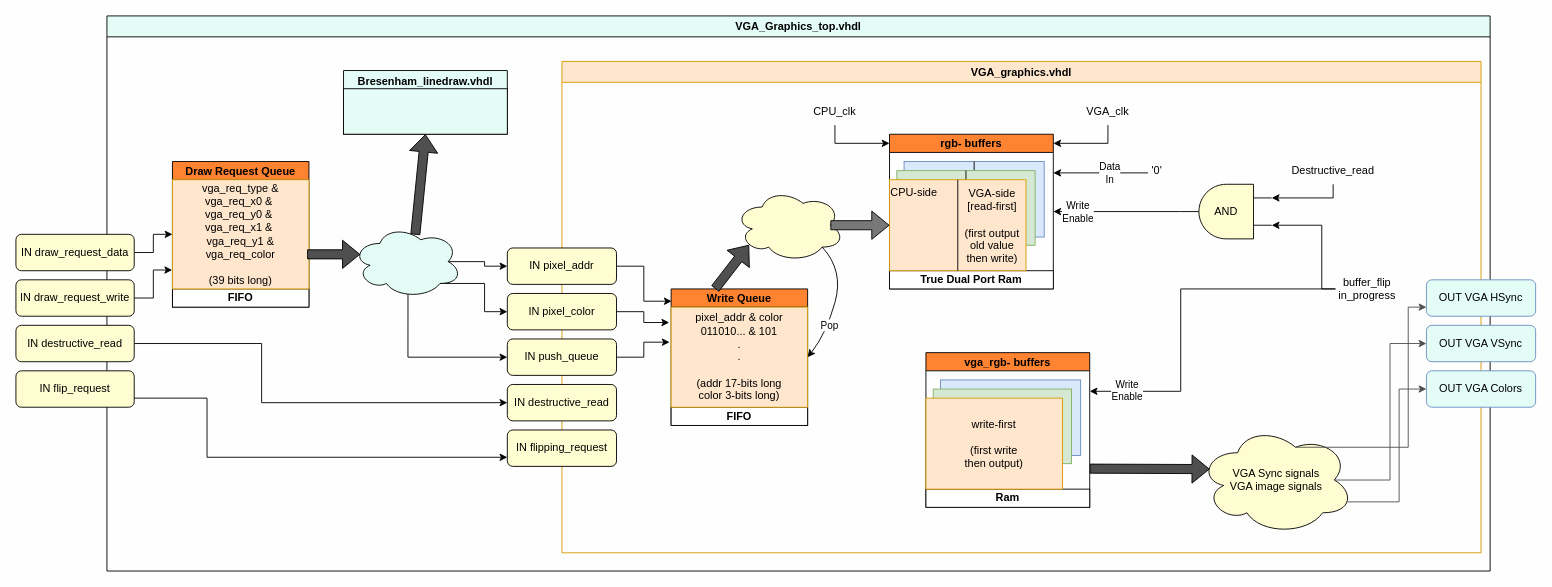
Earlier version of the draw.io diagram fgpa_vga.drawio (im-henri/helloworld). Source tidied: cells renumbered, new cells numbered last; positions are measured from the earlier drawing's top-left corner, leaving out a move shared by most shapes. Both pictures are drawn from the tidied source at 91%, with x=0, y=0 at pixel (15, 15).
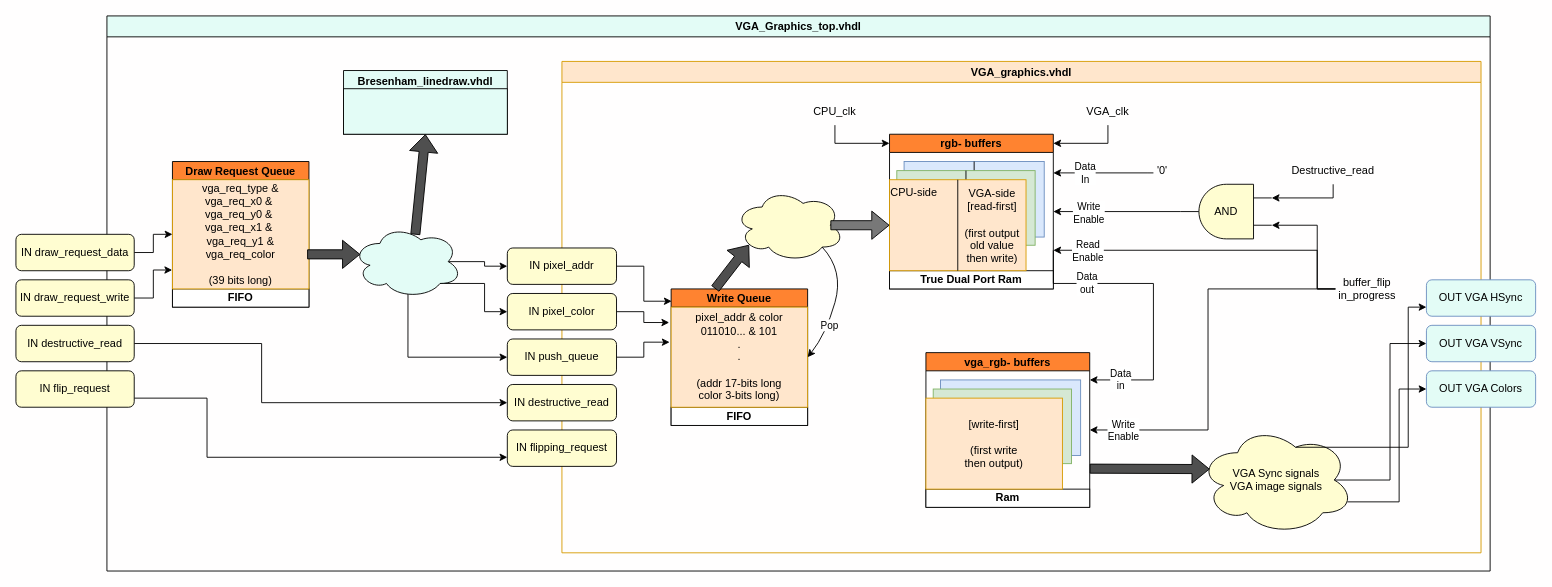
The same diagram, later.

The change refers to these unchanged cells:
```xml
<mxCell id="2" value="VGA_Graphics_top.vhdl" style="swimlane;labelBackgroundColor=none;fillColor=#E3FCF6;gradientColor=none;startSize=23;" parent="1" vertex="1">
  <mxGeometry x="100" width="1520" height="610" as="geometry" />
</mxCell>
<mxCell id="3" value="VGA_graphics.vhdl" style="swimlane;labelBackgroundColor=none;fillColor=#ffe6cc;strokeColor=#d79b00;" parent="2" vertex="1">
  <mxGeometry x="500" y="50" width="1010" height="540" as="geometry" />
</mxCell>
<mxCell id="4" value="rgb- buffers" style="swimlane;labelBackgroundColor=none;fillColor=#FF8330;gradientColor=none;startSize=20;" parent="3" vertex="1">
  <mxGeometry x="360" y="80" width="180" height="170" as="geometry" />
</mxCell>
<mxCell id="14" value="vga_rgb- buffers" style="swimlane;labelBackgroundColor=none;fillColor=#FF8330;gradientColor=none;startSize=20;" parent="3" vertex="1">
  <mxGeometry x="400" y="320" width="180" height="170" as="geometry" />
</mxCell>
<mxCell id="19" value="VGA Sync signals&lt;br&gt;VGA image signals" style="ellipse;shape=cloud;whiteSpace=wrap;html=1;labelBackgroundColor=none;fillColor=#FFFDD1;gradientColor=none;" parent="3" vertex="1">
  <mxGeometry x="700" y="400" width="170" height="120" as="geometry" />
</mxCell>
<mxCell id="21" style="edgeStyle=orthogonalEdgeStyle;rounded=0;jettySize=auto;html=1;entryX=1;entryY=0.25;entryDx=0;entryDy=0;" parent="3" edge="1" source="23" target="4">
  <mxGeometry relative="1" as="geometry">
    <Array as="points">
      <mxPoint x="644" y="123" />
    </Array>
  </mxGeometry>
</mxCell>
<mxCell id="24" style="endArrow=classic;html=1;rounded=0;entryX=1;entryY=0.5;entryDx=0;entryDy=0;exitX=1;exitY=0.5;exitDx=0;exitDy=0;exitPerimeter=0;" parent="3" edge="1" source="42" target="4">
  <mxGeometry relative="1" as="geometry" />
</mxCell>
<mxCell id="29" value="buffer_flip&lt;br&gt;in_progress" style="text;html=1;strokeColor=none;fillColor=none;align=center;verticalAlign=middle;whiteSpace=wrap;rounded=0;labelBackgroundColor=none;" parent="3" vertex="1">
  <mxGeometry x="850" y="230" width="70" height="40" as="geometry" />
</mxCell>
<mxCell id="42" style="verticalLabelPosition=bottom;shadow=0;dashed=0;align=center;html=1;verticalAlign=top;shape=mxgraph.electrical.logic_gates.logic_gate;operation=and;labelBackgroundColor=none;fillColor=#FFFDD1;gradientColor=none;rotation=-180;" parent="3" vertex="1">
  <mxGeometry x="680" y="135" width="100" height="60" as="geometry" />
</mxCell>
<mxCell id="54" value="OUT VGA Colors" style="rounded=1;whiteSpace=wrap;html=1;labelBackgroundColor=none;fillColor=#E3FCF6;strokeColor=#6c8ebf;" parent="2" vertex="1">
  <mxGeometry x="1450" y="390" width="120" height="40" as="geometry" />
</mxCell>
<mxCell id="55" value="OUT VGA HSync" style="rounded=1;whiteSpace=wrap;html=1;labelBackgroundColor=none;fillColor=#E3FCF6;strokeColor=#6c8ebf;" parent="2" vertex="1">
  <mxGeometry x="1450" y="290" width="120" height="40" as="geometry" />
</mxCell>
<mxCell id="56" value="OUT VGA VSync" style="rounded=1;whiteSpace=wrap;html=1;labelBackgroundColor=none;fillColor=#E3FCF6;strokeColor=#6c8ebf;" parent="2" vertex="1">
  <mxGeometry x="1450" y="340" width="120" height="40" as="geometry" />
</mxCell>
```

Change to the diagram source:
```diff
@@
-    <mxCell id="18" value="write-first&lt;br&gt;&lt;br&gt;(first write&lt;br&gt;then output)" style="rounded=0;whiteSpace=wrap;html=1;labelBackgroundColor=none;fillColor=#ffe6cc;strokeColor=#d79b00;" parent="14" vertex="1">
+    <mxCell id="18" value="[write-first]&lt;br&gt;&lt;br&gt;(first write&lt;br&gt;then output)" style="rounded=0;whiteSpace=wrap;html=1;labelBackgroundColor=none;fillColor=#ffe6cc;strokeColor=#d79b00;" parent="14" vertex="1">
       <mxGeometry y="50" width="150" height="100" as="geometry" />
     </mxCell>
@@
     <mxCell id="22" value="Data&lt;br&gt;In" style="edgeLabel;html=1;align=center;verticalAlign=middle;" parent="21" vertex="1">
-      <mxGeometry x="-0.17" relative="1" as="geometry" />
+      <mxGeometry x="-0.17" relative="1" as="geometry">
+        <mxPoint x="-30" as="offset" />
+      </mxGeometry>
     </mxCell>
     <mxCell id="23" value="'0'" style="text;html=1;strokeColor=none;fillColor=none;align=center;verticalAlign=middle;whiteSpace=wrap;rounded=0;labelBackgroundColor=none;" parent="3" vertex="1">
-      <mxGeometry x="644" y="110" width="20" height="20" as="geometry" />
+      <mxGeometry x="650" y="110" width="20" height="20" as="geometry" />
     </mxCell>
@@
     <mxCell id="25" value="Write&lt;br&gt;Enable" style="edgeLabel;html=1;align=center;verticalAlign=middle;" parent="24" vertex="1">
       <mxGeometry x="-0.38" y="2" relative="1" as="geometry">
-        <mxPoint x="-71" y="-2" as="offset" />
+        <mxPoint x="-59" y="-1" as="offset" />
       </mxGeometry>
     </mxCell>
@@
     <mxCell id="28" style="edgeStyle=orthogonalEdgeStyle;rounded=0;jettySize=auto;html=1;entryX=0;entryY=0.25;entryDx=0;entryDy=0;entryPerimeter=0;" parent="3" edge="1" source="29" target="42">
       <mxGeometry relative="1" as="geometry">
         <Array as="points">
-          <mxPoint x="835" y="180" />
+          <mxPoint x="830" y="250" />
+          <mxPoint x="830" y="180" />
         </Array>
       </mxGeometry>
     </mxCell>
+    <mxCell id="79" style="edgeStyle=orthogonalEdgeStyle;rounded=0;jettySize=auto;html=1;entryX=1;entryY=0.75;entryDx=0;entryDy=0;strokeColor=#000000;" parent="3" edge="1" source="29" target="4">
+      <mxGeometry relative="1" as="geometry">
+        <Array as="points">
+          <mxPoint x="830" y="250" />
+          <mxPoint x="830" y="207" />
+        </Array>
+      </mxGeometry>
+    </mxCell>
+    <mxCell id="80" value="Read&lt;br&gt;Enable" style="edgeLabel;html=1;align=center;verticalAlign=middle;" parent="79" vertex="1">
+      <mxGeometry x="0.74" y="2" relative="1" as="geometry">
+        <mxPoint x="-8" y="-1" as="offset" />
+      </mxGeometry>
+    </mxCell>
@@
-    <mxCell id="30" style="edgeStyle=orthogonalEdgeStyle;rounded=0;jettySize=auto;html=1;entryX=1;entryY=0.25;entryDx=0;entryDy=0;" parent="3" edge="1" source="29" target="14">
+    <mxCell id="30" style="edgeStyle=orthogonalEdgeStyle;rounded=0;jettySize=auto;html=1;entryX=1;entryY=0.5;entryDx=0;entryDy=0;" parent="3" edge="1" source="29" target="14">
       <mxGeometry relative="1" as="geometry">
         <Array as="points">
-          <mxPoint x="680" y="250" />
-          <mxPoint x="680" y="363" />
+          <mxPoint x="710" y="250" />
+          <mxPoint x="710" y="405" />
         </Array>
       </mxGeometry>
     </mxCell>
     <mxCell id="31" value="Write&lt;br&gt;Enable" style="edgeLabel;html=1;align=center;verticalAlign=middle;" parent="30" vertex="1">
       <mxGeometry x="0.4" relative="1" as="geometry">
-        <mxPoint x="-60" y="13" as="offset" />
+        <mxPoint x="-91" as="offset" />
       </mxGeometry>
     </mxCell>
@@
-    <mxCell id="57" style="edgeStyle=orthogonalEdgeStyle;rounded=0;jettySize=auto;html=1;exitX=0.625;exitY=0.2;exitDx=0;exitDy=0;exitPerimeter=0;entryX=0;entryY=0.75;entryDx=0;entryDy=0;strokeColor=#4F4F4F;fillColor=#4F4F4F;" parent="2" edge="1" source="19" target="55">
+    <mxCell id="57" style="edgeStyle=orthogonalEdgeStyle;rounded=0;jettySize=auto;html=1;exitX=0.625;exitY=0.2;exitDx=0;exitDy=0;exitPerimeter=0;entryX=0;entryY=0.75;entryDx=0;entryDy=0;strokeColor=#000000;fillColor=#4F4F4F;" parent="2" edge="1" source="19" target="55">
       <mxGeometry relative="1" as="geometry">
         <Array as="points">
           <mxPoint x="1430" y="474" />
           <mxPoint x="1430" y="320" />
         </Array>
       </mxGeometry>
     </mxCell>
-    <mxCell id="58" style="edgeStyle=orthogonalEdgeStyle;rounded=0;jettySize=auto;html=1;exitX=0.875;exitY=0.5;exitDx=0;exitDy=0;exitPerimeter=0;entryX=0;entryY=0.5;entryDx=0;entryDy=0;strokeColor=#4F4F4F;fillColor=#4F4F4F;" parent="2" edge="1" source="19" target="56">
+    <mxCell id="58" style="edgeStyle=orthogonalEdgeStyle;rounded=0;jettySize=auto;html=1;exitX=0.875;exitY=0.5;exitDx=0;exitDy=0;exitPerimeter=0;entryX=0;entryY=0.5;entryDx=0;entryDy=0;strokeColor=#000000;fillColor=#4F4F4F;" parent="2" edge="1" source="19" target="56">
       <mxGeometry relative="1" as="geometry">
         <Array as="points">
           <mxPoint x="1410" y="510" />
           <mxPoint x="1410" y="360" />
         </Array>
       </mxGeometry>
     </mxCell>
-    <mxCell id="59" style="edgeStyle=orthogonalEdgeStyle;rounded=0;jettySize=auto;html=1;exitX=0.96;exitY=0.7;exitDx=0;exitDy=0;exitPerimeter=0;entryX=0;entryY=0.5;entryDx=0;entryDy=0;strokeColor=#4F4F4F;fillColor=#4F4F4F;" parent="2" edge="1" source="19" target="54">
+    <mxCell id="59" style="edgeStyle=orthogonalEdgeStyle;rounded=0;jettySize=auto;html=1;exitX=0.96;exitY=0.7;exitDx=0;exitDy=0;exitPerimeter=0;entryX=0;entryY=0.5;entryDx=0;entryDy=0;strokeColor=#000000;fillColor=#4F4F4F;" parent="2" edge="1" source="19" target="54">
       <mxGeometry relative="1" as="geometry">
         <Array as="points">
           <mxPoint x="1420" y="534" />
           <mxPoint x="1420" y="410" />
         </Array>
       </mxGeometry>
     </mxCell>
@@
+    <mxCell id="81" style="edgeStyle=orthogonalEdgeStyle;rounded=0;jettySize=auto;html=1;exitX=1;exitY=0.75;exitDx=0;exitDy=0;" parent="1" edge="1" source="4">
+      <mxGeometry relative="1" as="geometry">
+        <mxPoint x="1180" y="400" as="targetPoint" />
+        <Array as="points">
+          <mxPoint x="1140" y="294" />
+          <mxPoint x="1250" y="294" />
+          <mxPoint x="1250" y="400" />
+        </Array>
+      </mxGeometry>
+    </mxCell>
+    <mxCell id="82" value="Data&lt;br&gt;out" style="edgeLabel;html=1;align=center;verticalAlign=middle;" parent="81" vertex="1">
+      <mxGeometry x="-0.84" y="2" relative="1" as="geometry">
+        <mxPoint x="34" y="10" as="offset" />
+      </mxGeometry>
+    </mxCell>
+    <mxCell id="83" value="Data&lt;br&gt;in" style="edgeLabel;html=1;align=center;verticalAlign=middle;" parent="81" vertex="1">
+      <mxGeometry x="0.7" y="-1" relative="1" as="geometry">
+        <mxPoint x="-15" as="offset" />
+      </mxGeometry>
+    </mxCell>
```
